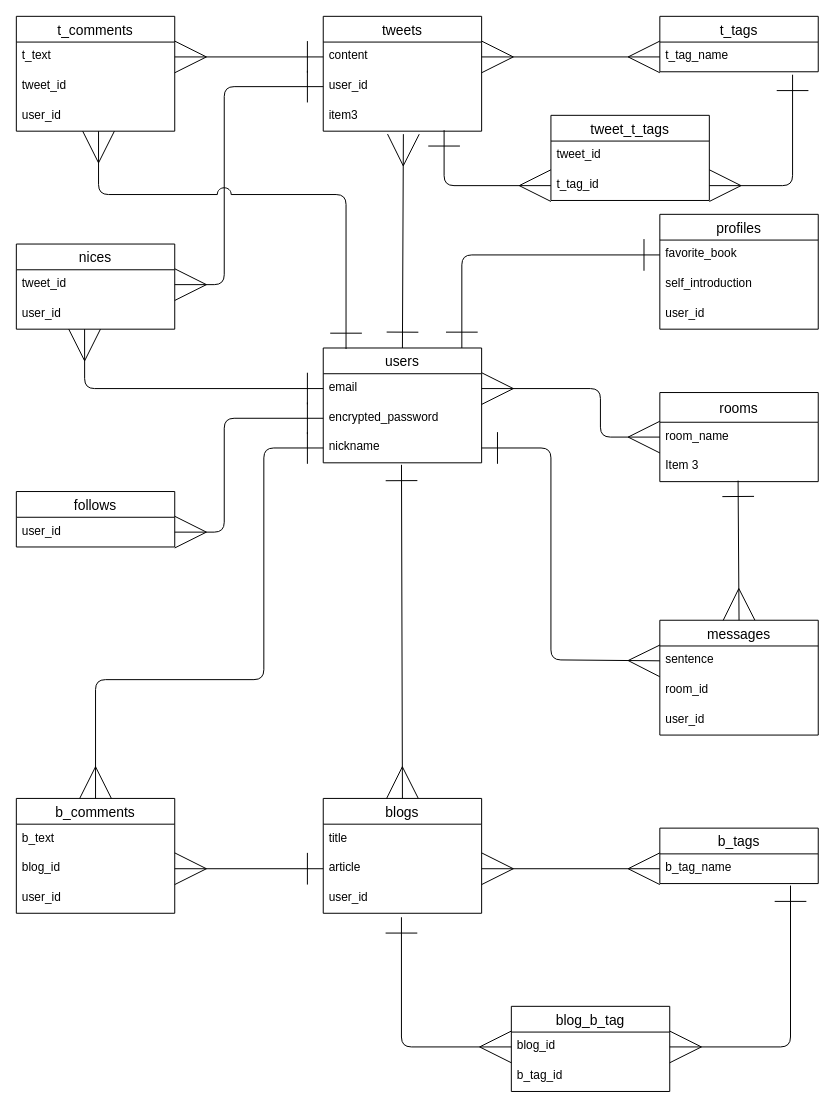
Before: datebase.dio in SeiyaTanio/bookdisc, a draw.io diagram. Source tidied: cells renumbered, new cells numbered last; positions are measured from the earlier drawing's top-left corner, leaving out a move shared by most shapes. Both pictures are drawn from the tidied source at 99%, with x=0, y=0 at pixel (16, 16).
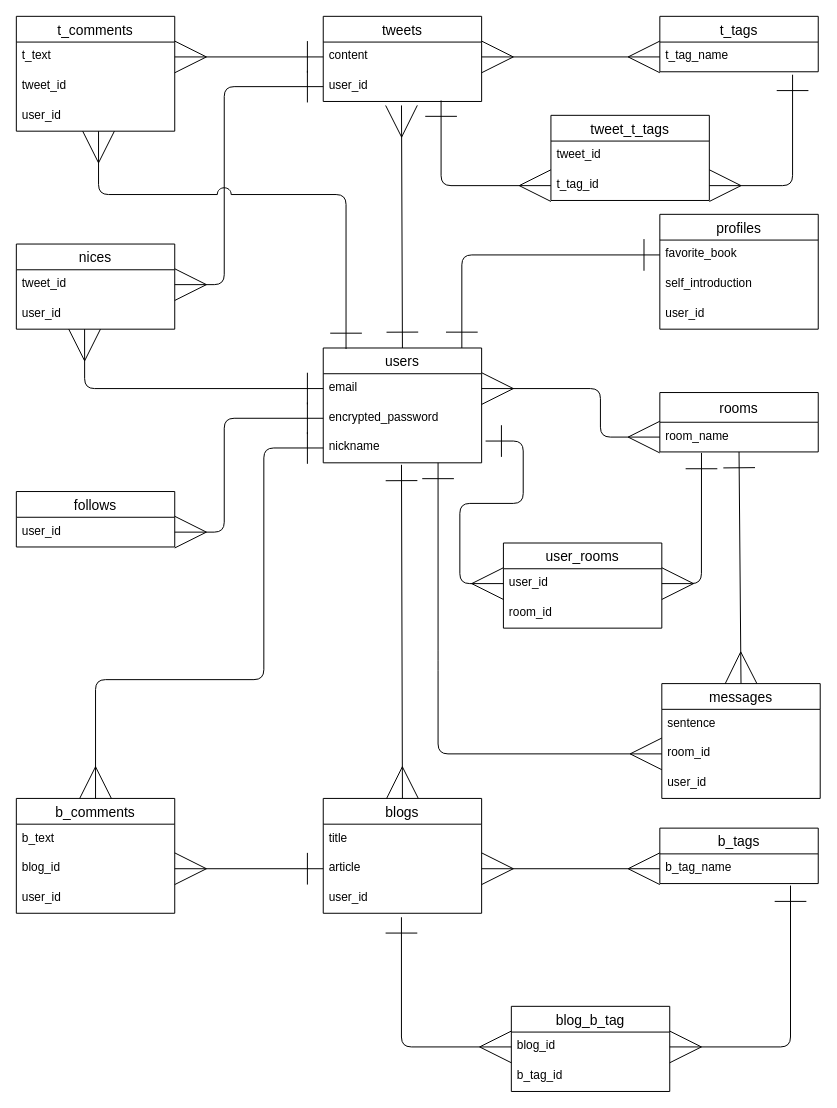
Above is the later version.

Commit message (it also covers changes not shown here):
ER図、READMEの修正

Unchanged cells that the change refers to:
```xml
<mxCell id="3" value="users" style="swimlane;fontStyle=0;horizontal=1;startSize=26;align=center;fontSize=14;" parent="1" vertex="1">
  <mxGeometry x="310" y="335" width="160" height="116" as="geometry" />
</mxCell>
<mxCell id="6" value="nickname" style="text;strokeColor=none;fillColor=none;spacingLeft=4;spacingRight=4;overflow=hidden;points=[[0,0.5],[1,0.5]];portConstraint=eastwest;fontSize=12;" parent="3" vertex="1">
  <mxGeometry y="86" width="160" height="30" as="geometry" />
</mxCell>
<mxCell id="9" value="user_id" style="text;strokeColor=none;fillColor=none;spacingLeft=4;spacingRight=4;overflow=hidden;points=[[0,0.5],[1,0.5]];portConstraint=eastwest;fontSize=12;" parent="7" vertex="1">
  <mxGeometry y="56" width="160" height="30" as="geometry" />
</mxCell>
<mxCell id="16" value="room_name" style="text;strokeColor=none;fillColor=none;spacingLeft=4;spacingRight=4;overflow=hidden;points=[[0,0.5],[1,0.5]];portConstraint=eastwest;fontSize=12;" parent="15" vertex="1">
  <mxGeometry y="30" width="160" height="30" as="geometry" />
</mxCell>
<mxCell id="40" value="sentence" style="text;strokeColor=none;fillColor=none;spacingLeft=4;spacingRight=4;overflow=hidden;points=[[0,0.5],[1,0.5]];portConstraint=eastwest;fontSize=12;" parent="39" vertex="1">
  <mxGeometry y="26" width="160" height="30" as="geometry" />
</mxCell>
<mxCell id="41" value="room_id" style="text;strokeColor=none;fillColor=none;spacingLeft=4;spacingRight=4;overflow=hidden;points=[[0,0.5],[1,0.5]];portConstraint=eastwest;fontSize=12;" parent="39" vertex="1">
  <mxGeometry y="56" width="160" height="30" as="geometry" />
</mxCell>
<mxCell id="59" value="t_tag_id" style="text;strokeColor=none;fillColor=none;spacingLeft=4;spacingRight=4;overflow=hidden;points=[[0,0.5],[1,0.5]];portConstraint=eastwest;fontSize=12;" parent="57" vertex="1">
  <mxGeometry y="56" width="160" height="30" as="geometry" />
</mxCell>
```

What changed in the source:
```diff
@@
-    <mxCell id="2" style="edgeStyle=none;html=1;exitX=0.5;exitY=0;exitDx=0;exitDy=0;entryX=0.506;entryY=1.1;entryDx=0;entryDy=0;entryPerimeter=0;endSize=30;endArrow=ERmany;endFill=0;startSize=30;startArrow=ERone;startFill=0;" parent="1" edge="1" source="3" target="10">
+    <mxCell id="2" style="edgeStyle=none;html=1;exitX=0.5;exitY=0;exitDx=0;exitDy=0;entryX=0.494;entryY=1.133;entryDx=0;entryDy=0;entryPerimeter=0;endSize=30;endArrow=ERmany;endFill=0;startSize=30;startArrow=ERone;startFill=0;" parent="1" edge="1" source="3" target="9">
       <mxGeometry relative="1" as="geometry" />
     </mxCell>
@@
     <mxCell id="7" value="tweets" style="swimlane;fontStyle=0;horizontal=1;startSize=26;align=center;fontSize=14;" parent="1" vertex="1">
-      <mxGeometry x="310" width="160" height="116" as="geometry" />
+      <mxGeometry x="310" width="160" height="86" as="geometry" />
     </mxCell>
@@
-    <mxCell id="10" value="item3" style="text;strokeColor=none;fillColor=none;spacingLeft=4;spacingRight=4;overflow=hidden;points=[[0,0.5],[1,0.5]];portConstraint=eastwest;fontSize=12;" parent="7" vertex="1">
-      <mxGeometry y="86" width="160" height="30" as="geometry" />
-    </mxCell>
@@
     <mxCell id="15" value="rooms" style="swimlane;fontStyle=0;horizontal=1;startSize=30;align=center;fontSize=14;" parent="1" vertex="1">
-      <mxGeometry x="650" y="380" width="160" height="90" as="geometry" />
+      <mxGeometry x="650" y="380" width="160" height="60" as="geometry" />
     </mxCell>
@@
-    <mxCell id="17" value="Item 3" style="text;strokeColor=none;fillColor=none;spacingLeft=4;spacingRight=4;overflow=hidden;points=[[0,0.5],[1,0.5]];portConstraint=eastwest;fontSize=12;" parent="15" vertex="1">
-      <mxGeometry y="60" width="160" height="30" as="geometry" />
-    </mxCell>
@@
     <mxCell id="39" value="messages" style="swimlane;fontStyle=0;horizontal=1;startSize=26;align=center;fontSize=14;" parent="1" vertex="1">
-      <mxGeometry x="650" y="610" width="160" height="116" as="geometry" />
+      <mxGeometry x="652" y="674" width="160" height="116" as="geometry" />
     </mxCell>
@@
-    <mxCell id="54" style="edgeStyle=none;html=1;exitX=0.494;exitY=0.967;exitDx=0;exitDy=0;entryX=0.5;entryY=0;entryDx=0;entryDy=0;startArrow=ERone;startFill=0;endArrow=ERmany;endFill=0;startSize=30;endSize=30;exitPerimeter=0;" parent="1" edge="1" source="17" target="39">
+    <mxCell id="54" style="edgeStyle=none;html=1;exitX=0.5;exitY=1;exitDx=0;exitDy=0;entryX=0.5;entryY=0;entryDx=0;entryDy=0;startArrow=ERone;startFill=0;endArrow=ERmany;endFill=0;startSize=30;endSize=30;exitPerimeter=0;" parent="1" edge="1" source="16" target="39">
       <mxGeometry relative="1" as="geometry" />
     </mxCell>
-    <mxCell id="55" style="edgeStyle=none;html=1;exitX=1;exitY=0.5;exitDx=0;exitDy=0;entryX=0;entryY=0.5;entryDx=0;entryDy=0;startArrow=ERone;startFill=0;endArrow=ERmany;endFill=0;startSize=30;endSize=30;" parent="1" edge="1" source="6" target="40">
+    <mxCell id="55" style="edgeStyle=none;html=1;exitX=0.725;exitY=1;exitDx=0;exitDy=0;entryX=0;entryY=0.5;entryDx=0;entryDy=0;startArrow=ERone;startFill=0;endArrow=ERmany;endFill=0;startSize=30;endSize=30;exitPerimeter=0;" parent="1" edge="1" source="6" target="41">
       <mxGeometry relative="1" as="geometry">
         <Array as="points">
-          <mxPoint x="540" y="436" />
-          <mxPoint x="540" y="650" />
+          <mxPoint x="426" y="651" />
+          <mxPoint x="426" y="745" />
         </Array>
       </mxGeometry>
     </mxCell>
@@
-    <mxCell id="61" style="edgeStyle=elbowEdgeStyle;elbow=vertical;html=1;exitX=0;exitY=0.5;exitDx=0;exitDy=0;entryX=0.763;entryY=0.967;entryDx=0;entryDy=0;entryPerimeter=0;startArrow=ERmany;startFill=0;endArrow=ERone;endFill=0;startSize=30;endSize=30;" parent="1" edge="1" source="59" target="10">
+    <mxCell id="61" style="edgeStyle=elbowEdgeStyle;elbow=vertical;html=1;exitX=0;exitY=0.5;exitDx=0;exitDy=0;entryX=0.744;entryY=0.967;entryDx=0;entryDy=0;entryPerimeter=0;startArrow=ERmany;startFill=0;endArrow=ERone;endFill=0;startSize=30;endSize=30;" parent="1" edge="1" source="59" target="9">
       <mxGeometry relative="1" as="geometry">
         <Array as="points">
           <mxPoint x="440" y="171" />
         </Array>
       </mxGeometry>
     </mxCell>
@@
+    <mxCell id="67" value="user_rooms" style="swimlane;fontStyle=0;horizontal=1;startSize=26;align=center;fontSize=14;" parent="1" vertex="1">
+      <mxGeometry x="492" y="532" width="160" height="86" as="geometry" />
+    </mxCell>
+    <mxCell id="68" value="user_id" style="text;strokeColor=none;fillColor=none;spacingLeft=4;spacingRight=4;overflow=hidden;points=[[0,0.5],[1,0.5]];portConstraint=eastwest;fontSize=12;" parent="67" vertex="1">
+      <mxGeometry y="26" width="160" height="30" as="geometry" />
+    </mxCell>
+    <mxCell id="69" value="room_id" style="text;strokeColor=none;fillColor=none;spacingLeft=4;spacingRight=4;overflow=hidden;fontSize=12;" parent="67" vertex="1">
+      <mxGeometry y="56" width="160" height="30" as="geometry" />
+    </mxCell>
+    <mxCell id="70" style="edgeStyle=none;html=1;exitX=1;exitY=0.5;exitDx=0;exitDy=0;startArrow=ERmany;startFill=0;jumpSize=6;endSize=30;startSize=30;endArrow=ERone;endFill=0;entryX=0.263;entryY=1.033;entryDx=0;entryDy=0;entryPerimeter=0;" parent="1" edge="1" source="68" target="16">
+      <mxGeometry relative="1" as="geometry">
+        <Array as="points">
+          <mxPoint x="692" y="573" />
+        </Array>
+      </mxGeometry>
+    </mxCell>
+    <mxCell id="71" style="edgeStyle=none;jumpSize=6;html=1;exitX=0;exitY=0.5;exitDx=0;exitDy=0;entryX=1.025;entryY=0.267;entryDx=0;entryDy=0;entryPerimeter=0;startArrow=ERmany;startFill=0;endArrow=ERone;endFill=0;startSize=30;endSize=30;" parent="1" edge="1" source="68" target="6">
+      <mxGeometry relative="1" as="geometry">
+        <Array as="points">
+          <mxPoint x="448" y="573" />
+          <mxPoint x="448" y="492" />
+          <mxPoint x="512" y="492" />
+          <mxPoint x="512" y="429" />
+        </Array>
+      </mxGeometry>
+    </mxCell>
```
